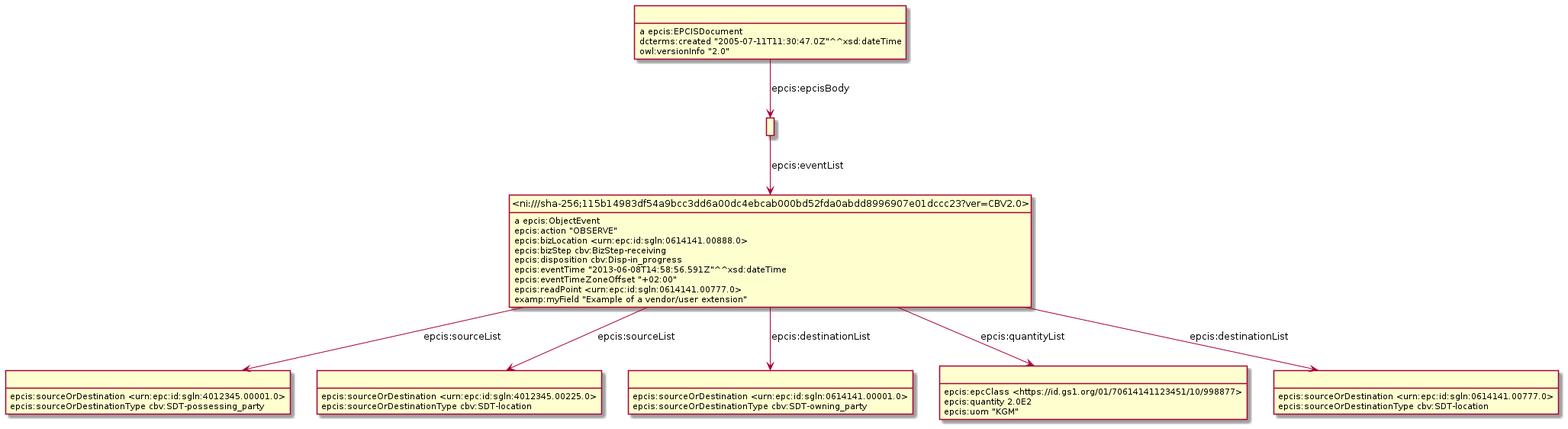
This is Diagrams/WithDigitalLinkID/Example_9.6.2-ObjectEventWithDigitalLink.png from gs1/EPCIS, a PlantUML export, as it was before one commit.
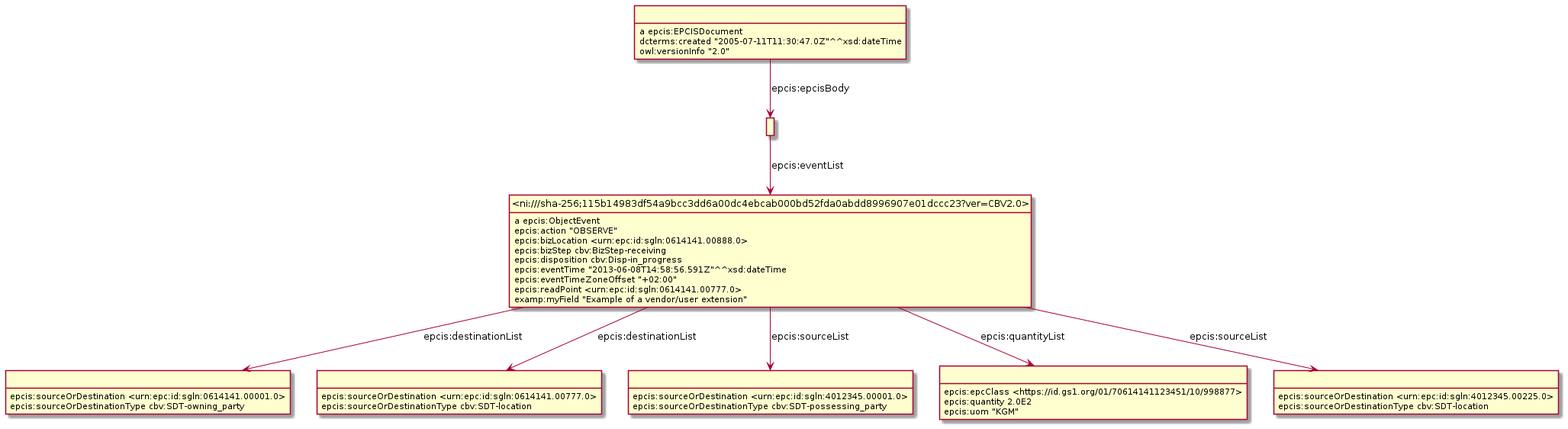
Later version of the same file.

Change to the diagram source:
```diff
@@ -3,20 +3,18 @@
 hide empty attributes
 hide circle
 skinparam classAttributeIconSize 0
-class _r1631887028r4_ as " "
-_r1631887028r4_ : epcis:sourceOrDestination <urn:epc:id:sgln:4012345.00001.0>
-_r1631887028r4_ : epcis:sourceOrDestinationType cbv:SDT-possessing_party
 class _ni_sha_256_115b14983df54a9bcc3dd6a00dc4ebcab000bd52fda0abdd8996907e01dccc23_ver_CBV2_0_ as "<ni:///sha-256;115b14983df54a9bcc3dd6a00dc4ebcab000bd52fda0abdd8996907e01dccc23?ver=CBV2.0>"
 _ni_sha_256_115b14983df54a9bcc3dd6a00dc4ebcab000bd52fda0abdd8996907e01dccc23_ver_CBV2_0_ : a epcis:ObjectEvent
-class _r1631887028r3_ as " "
-_ni_sha_256_115b14983df54a9bcc3dd6a00dc4ebcab000bd52fda0abdd8996907e01dccc23_ver_CBV2_0_ -down-> _r1631887028r3_ : epcis:sourceList
-class _r1631887028r1_ as " "
-_ni_sha_256_115b14983df54a9bcc3dd6a00dc4ebcab000bd52fda0abdd8996907e01dccc23_ver_CBV2_0_ -down-> _r1631887028r1_ : epcis:destinationList
-class _r1631887028r2_ as " "
-_ni_sha_256_115b14983df54a9bcc3dd6a00dc4ebcab000bd52fda0abdd8996907e01dccc23_ver_CBV2_0_ -down-> _r1631887028r2_ : epcis:quantityList
-_ni_sha_256_115b14983df54a9bcc3dd6a00dc4ebcab000bd52fda0abdd8996907e01dccc23_ver_CBV2_0_ -down-> _r1631887028r4_ : epcis:sourceList
-class _r1631887028r0_ as " "
-_ni_sha_256_115b14983df54a9bcc3dd6a00dc4ebcab000bd52fda0abdd8996907e01dccc23_ver_CBV2_0_ -down-> _r1631887028r0_ : epcis:destinationList
+class _r1631889696r1_ as " "
+_ni_sha_256_115b14983df54a9bcc3dd6a00dc4ebcab000bd52fda0abdd8996907e01dccc23_ver_CBV2_0_ -down-> _r1631889696r1_ : epcis:destinationList
+class _r1631889696r0_ as " "
+_ni_sha_256_115b14983df54a9bcc3dd6a00dc4ebcab000bd52fda0abdd8996907e01dccc23_ver_CBV2_0_ -down-> _r1631889696r0_ : epcis:destinationList
+class _r1631889696r4_ as " "
+_ni_sha_256_115b14983df54a9bcc3dd6a00dc4ebcab000bd52fda0abdd8996907e01dccc23_ver_CBV2_0_ -down-> _r1631889696r4_ : epcis:sourceList
+class _r1631889696r2_ as " "
+_ni_sha_256_115b14983df54a9bcc3dd6a00dc4ebcab000bd52fda0abdd8996907e01dccc23_ver_CBV2_0_ -down-> _r1631889696r2_ : epcis:quantityList
+class _r1631889696r3_ as " "
+_ni_sha_256_115b14983df54a9bcc3dd6a00dc4ebcab000bd52fda0abdd8996907e01dccc23_ver_CBV2_0_ -down-> _r1631889696r3_ : epcis:sourceList
 _ni_sha_256_115b14983df54a9bcc3dd6a00dc4ebcab000bd52fda0abdd8996907e01dccc23_ver_CBV2_0_ : epcis:action "OBSERVE"
 _ni_sha_256_115b14983df54a9bcc3dd6a00dc4ebcab000bd52fda0abdd8996907e01dccc23_ver_CBV2_0_ : epcis:bizLocation <urn:epc:id:sgln:0614141.00888.0>
 _ni_sha_256_115b14983df54a9bcc3dd6a00dc4ebcab000bd52fda0abdd8996907e01dccc23_ver_CBV2_0_ : epcis:bizStep cbv:BizStep-receiving
@@ -25,20 +23,22 @@
 _ni_sha_256_115b14983df54a9bcc3dd6a00dc4ebcab000bd52fda0abdd8996907e01dccc23_ver_CBV2_0_ : epcis:eventTimeZoneOffset "+02:00"
 _ni_sha_256_115b14983df54a9bcc3dd6a00dc4ebcab000bd52fda0abdd8996907e01dccc23_ver_CBV2_0_ : epcis:readPoint <urn:epc:id:sgln:0614141.00777.0>
 _ni_sha_256_115b14983df54a9bcc3dd6a00dc4ebcab000bd52fda0abdd8996907e01dccc23_ver_CBV2_0_ : examp:myField "Example of a vendor/user extension"
-_r1631887028r2_ : epcis:epcClass <https://id.gs1.org/01/70614141123451/10/998877>
-_r1631887028r2_ : epcis:quantity 2.0E2
-_r1631887028r2_ : epcis:uom "KGM"
-class _r1631887028r5_ as " "
-_r1631887028r5_ : a epcis:EPCISDocument
-class _r1631887028r6_ as " "
-_r1631887028r5_ -down-> _r1631887028r6_ : epcis:epcisBody
-_r1631887028r5_ : dcterms:created "2005-07-11T11:30:47.0Z"^^xsd:dateTime
-_r1631887028r5_ : owl:versionInfo "2.0"
-_r1631887028r0_ : epcis:sourceOrDestination <urn:epc:id:sgln:0614141.00777.0>
-_r1631887028r0_ : epcis:sourceOrDestinationType cbv:SDT-location
-_r1631887028r6_ -down-> _ni_sha_256_115b14983df54a9bcc3dd6a00dc4ebcab000bd52fda0abdd8996907e01dccc23_ver_CBV2_0_ : epcis:eventList
-_r1631887028r3_ : epcis:sourceOrDestination <urn:epc:id:sgln:4012345.00225.0>
-_r1631887028r3_ : epcis:sourceOrDestinationType cbv:SDT-location
-_r1631887028r1_ : epcis:sourceOrDestination <urn:epc:id:sgln:0614141.00001.0>
-_r1631887028r1_ : epcis:sourceOrDestinationType cbv:SDT-owning_party
+_r1631889696r0_ : epcis:sourceOrDestination <urn:epc:id:sgln:0614141.00777.0>
+_r1631889696r0_ : epcis:sourceOrDestinationType cbv:SDT-location
+_r1631889696r4_ : epcis:sourceOrDestination <urn:epc:id:sgln:4012345.00001.0>
+_r1631889696r4_ : epcis:sourceOrDestinationType cbv:SDT-possessing_party
+class _r1631889696r6_ as " "
+_r1631889696r6_ -down-> _ni_sha_256_115b14983df54a9bcc3dd6a00dc4ebcab000bd52fda0abdd8996907e01dccc23_ver_CBV2_0_ : epcis:eventList
+class _r1631889696r5_ as " "
+_r1631889696r5_ : a epcis:EPCISDocument
+_r1631889696r5_ -down-> _r1631889696r6_ : epcis:epcisBody
+_r1631889696r5_ : dcterms:created "2005-07-11T11:30:47.0Z"^^xsd:dateTime
+_r1631889696r5_ : owl:versionInfo "2.0"
+_r1631889696r3_ : epcis:sourceOrDestination <urn:epc:id:sgln:4012345.00225.0>
+_r1631889696r3_ : epcis:sourceOrDestinationType cbv:SDT-location
+_r1631889696r1_ : epcis:sourceOrDestination <urn:epc:id:sgln:0614141.00001.0>
+_r1631889696r1_ : epcis:sourceOrDestinationType cbv:SDT-owning_party
+_r1631889696r2_ : epcis:epcClass <https://id.gs1.org/01/70614141123451/10/998877>
+_r1631889696r2_ : epcis:quantity 2.0E2
+_r1631889696r2_ : epcis:uom "KGM"
 @enduml
```
